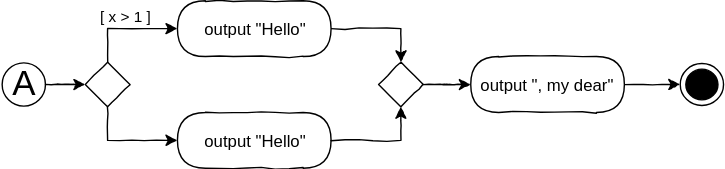
Earlier version of the draw.io export X01_Appendix/UML/BasicExclusive.svg (JirkaDellOro/EIA2-Inverted). Source tidied: cells renumbered, new cells last; positions are measured from the earlier drawing's top-left corner, leaving out a move shared by most shapes.
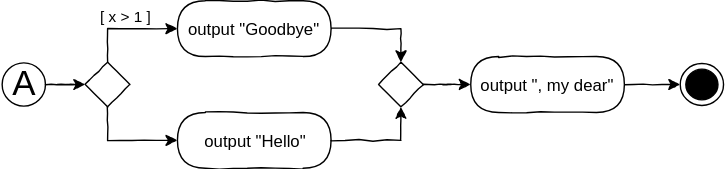
After the change.

Commit message:
Fixed diagrams, remove duplicated headline

Diff of the diagram source:
```diff
@@ -40,7 +40,7 @@
     <mxCell id="11" style="edgeStyle=orthogonalEdgeStyle;rounded=0;jettySize=auto;html=1;comic=1;" parent="1" edge="1" source="2" target="10">
       <mxGeometry relative="1" as="geometry" />
     </mxCell>
-    <mxCell id="12" value="output &quot;Hello&quot;" style="rounded=1;whiteSpace=wrap;html=1;absoluteArcSize=1;arcSize=50;strokeWidth=1;shadow=0;comic=1;" parent="1" vertex="1">
+    <mxCell id="12" value="output &quot;Goodbye&quot;" style="rounded=1;whiteSpace=wrap;html=1;absoluteArcSize=1;arcSize=50;strokeWidth=1;shadow=0;comic=1;" parent="1" vertex="1">
       <mxGeometry x="126" width="110" height="40" as="geometry" />
     </mxCell>
     <mxCell id="13" value="[ x &amp;gt; 1 ]" style="edgeStyle=orthogonalEdgeStyle;rounded=0;comic=1;jettySize=auto;html=1;verticalAlign=bottom;" parent="1" edge="1" source="8" target="12">
```
